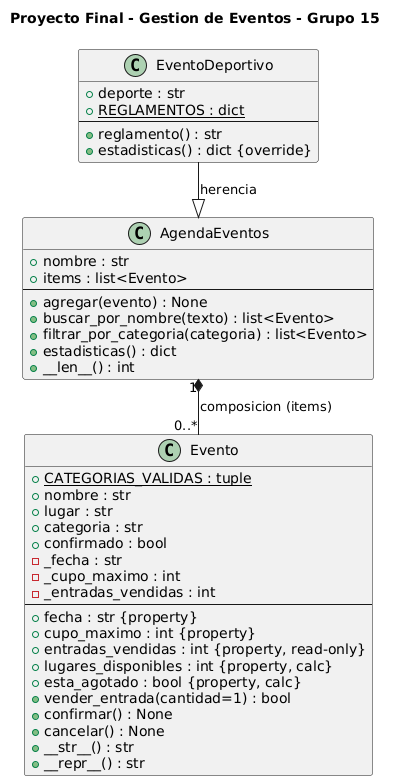
This is docs/diagrama_G15.png from eliasss3990/paradigmas_final, a PlantUML export, as it was before one commit. The source it was exported from:
```plantuml
@startuml diagrama_G15
!pragma layout smetana
title Proyecto Final - Gestion de Eventos - Grupo 15

class Evento {
  + {static} CATEGORIAS_VALIDAS : tuple
  + nombre : str
  + lugar : str
  + categoria : str
  + confirmado : bool
  - _fecha : str
  - _cupo_maximo : int
  - _entradas_vendidas : int
  --
  + fecha : str {property}
  + cupo_maximo : int {property}
  + entradas_vendidas : int {property, read-only}
  + lugares_disponibles : int {property, calc}
  + esta_agotado : bool {property, calc}
  + vender_entrada(cantidad=1) : bool
  + confirmar() : None
  + cancelar() : None
  + __str__() : str
  + __repr__() : str
}

class AgendaEventos {
  + nombre : str
  + items : list<Evento>
  --
  + agregar(evento) : None
  + buscar_por_nombre(texto) : list<Evento>
  + filtrar_por_categoria(categoria) : list<Evento>
  + estadisticas() : dict
  + __len__() : int
}

class EventoDeportivo {
  + deporte : str
  + {static} REGLAMENTOS : dict
  --
  + reglamento() : str
  + estadisticas() : dict {override}
}

EventoDeportivo --|> AgendaEventos : herencia
AgendaEventos "1" *-- "0..*" Evento : composicion (items)

@enduml
```
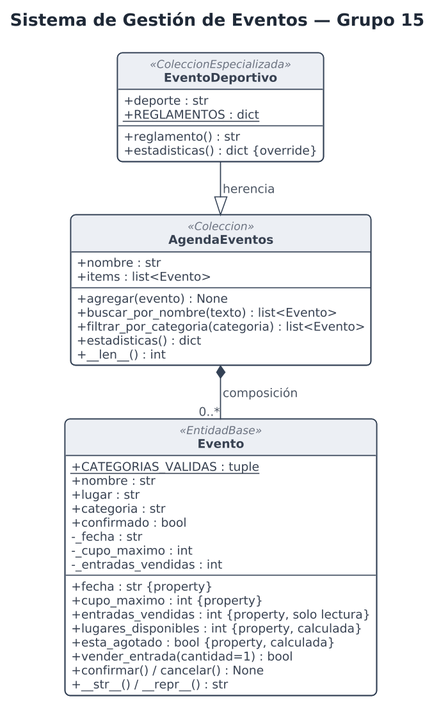
Later version of the same file.

Commit message:
style: UML PlantUML profesional, sobrio y completo (coincide miembro a miembro con el codigo)

The edit, as a diff of the source:
```diff
@@ -1,8 +1,60 @@
 @startuml diagrama_G15
 !pragma layout smetana
-title Proyecto Final - Gestion de Eventos - Grupo 15
+hide circle
+skinparam linetype polyline
+skinparam backgroundColor #FFFFFF
+skinparam shadowing false
+skinparam roundcorner 10
+skinparam dpi 150
+skinparam nodesep 60
+skinparam ranksep 95
+skinparam defaultFontName "Helvetica"
+skinparam defaultFontSize 13
+skinparam classAttributeIconSize 0
+skinparam titleFontColor #1F2937
+skinparam titleFontSize 17
+skinparam titleFontStyle bold
 
-class Evento {
+skinparam class {
+  BackgroundColor #FFFFFF
+  HeaderBackgroundColor #ECEFF4
+  BorderColor #334155
+  BorderThickness 1.1
+  FontColor #1F2937
+  FontStyle bold
+  FontSize 15
+  AttributeFontColor #374151
+  AttributeFontSize 12
+  StereotypeFontColor #6B7280
+  StereotypeFontSize 11
+}
+skinparam ArrowColor #334155
+skinparam ArrowThickness 1.1
+skinparam ArrowFontColor #4B5563
+skinparam ArrowFontSize 12
+
+title Sistema de Gestión de Eventos — Grupo 15
+
+class EventoDeportivo <<ColeccionEspecializada>> {
+  + deporte : str
+  + {static} REGLAMENTOS : dict
+  --
+  + reglamento() : str
+  + estadisticas() : dict {override}
+}
+
+class AgendaEventos <<Coleccion>> {
+  + nombre : str
+  + items : list<Evento>
+  --
+  + agregar(evento) : None
+  + buscar_por_nombre(texto) : list<Evento>
+  + filtrar_por_categoria(categoria) : list<Evento>
+  + estadisticas() : dict
+  + __len__() : int
+}
+
+class Evento <<EntidadBase>> {
   + {static} CATEGORIAS_VALIDAS : tuple
   + nombre : str
   + lugar : str
@@ -14,36 +66,15 @@
   --
   + fecha : str {property}
   + cupo_maximo : int {property}
-  + entradas_vendidas : int {property, read-only}
-  + lugares_disponibles : int {property, calc}
-  + esta_agotado : bool {property, calc}
+  + entradas_vendidas : int {property, solo lectura}
+  + lugares_disponibles : int {property, calculada}
+  + esta_agotado : bool {property, calculada}
   + vender_entrada(cantidad=1) : bool
-  + confirmar() : None
-  + cancelar() : None
-  + __str__() : str
-  + __repr__() : str
+  + confirmar() / cancelar() : None
+  + __str__() / __repr__() : str
 }
 
-class AgendaEventos {
-  + nombre : str
-  + items : list<Evento>
-  --
-  + agregar(evento) : None
-  + buscar_por_nombre(texto) : list<Evento>
-  + filtrar_por_categoria(categoria) : list<Evento>
-  + estadisticas() : dict
-  + __len__() : int
-}
-
-class EventoDeportivo {
-  + deporte : str
-  + {static} REGLAMENTOS : dict
-  --
-  + reglamento() : str
-  + estadisticas() : dict {override}
-}
-
-EventoDeportivo --|> AgendaEventos : herencia
-AgendaEventos "1" *-- "0..*" Evento : composicion (items)
+EventoDeportivo -down-|> AgendaEventos : herencia
+AgendaEventos *-down- "0..*" Evento : composición
 
 @enduml
```
